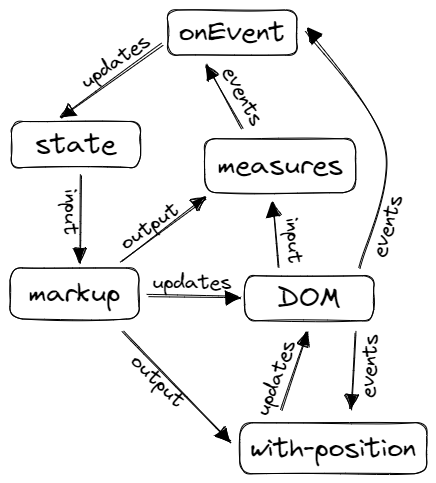
Before: diagram.excalidraw.png, a diagram exported from Excalidraw (rodinhart/abstractui). Source tidied: one line per element, renumbered; positions are measured from the earlier drawing's top-left corner, leaving out a move shared by most shapes.
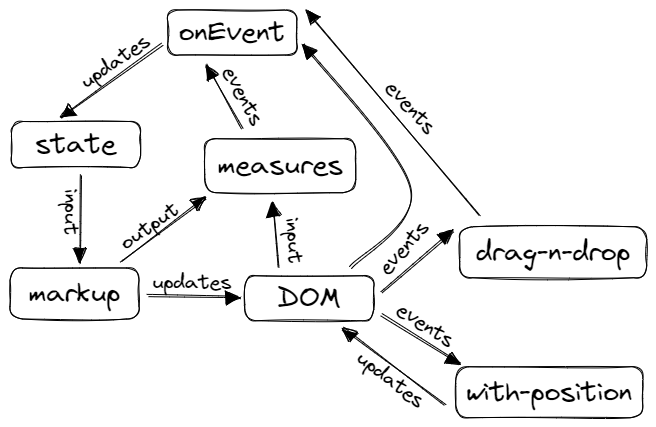
Above is the later version.

Diff of the diagram source:
```diff
@@ -9,24 +9,27 @@
 {"id": 8, "type": "rectangle", "strokeColor": "#000000", "strokeWidth": 1, "roughness": 1, "round": true, "x": 195, "y": 129, "width": 151, "height": 54}
 {"id": 9, "type": "text", "text": "measures", "strokeColor": "#000000", "strokeWidth": 1, "roughness": 1, "fontSize": 28, "fontFamily": 1, "textAlign": "center", "verticalAlign": "middle", "inside": 8, "x": 207, "y": 138, "width": 127, "height": 35}
 {"id": 10, "type": "arrow", "strokeColor": "#000000", "strokeWidth": 1, "roughness": 1, "endArrowhead": "triangle", "round": true, "from": 2, "to": 8, "x": 111, "y": 252, "width": 85, "height": 63, "points": [[0, 0], [85, -63]]}
-{"id": 11, "type": "rectangle", "strokeColor": "#000000", "strokeWidth": 1, "roughness": 1, "round": true, "x": 230, "y": 413, "width": 187, "height": 51}
+{"id": 11, "type": "rectangle", "strokeColor": "#000000", "strokeWidth": 1, "roughness": 1, "round": true, "x": 446, "y": 357, "width": 187, "height": 51}
-{"id": 12, "type": "text", "text": "with-position", "strokeColor": "#000000", "strokeWidth": 1, "roughness": 1, "fontSize": 28, "fontFamily": 1, "textAlign": "center", "verticalAlign": "middle", "inside": 11, "x": 239, "y": 421, "width": 168, "height": 35}
+{"id": 12, "type": "text", "text": "with-position", "strokeColor": "#000000", "strokeWidth": 1, "roughness": 1, "fontSize": 28, "fontFamily": 1, "textAlign": "center", "verticalAlign": "middle", "inside": 11, "x": 455, "y": 365, "width": 168, "height": 35}
-{"id": 13, "type": "arrow", "strokeColor": "#000000", "strokeWidth": 1, "roughness": 1, "endArrowhead": "triangle", "round": true, "from": 2, "to": 11, "x": 113, "y": 320, "width": 109, "height": 112, "points": [[0, 0], [109, 112]]}
 {"id": 14, "type": "arrow", "strokeColor": "#000000", "strokeWidth": 1, "roughness": 1, "endArrowhead": "triangle", "round": true, "from": 5, "to": 8, "x": 268, "y": 257, "width": 5, "height": 63, "points": [[0, 0], [-5, -63]]}
-{"id": 15, "type": "arrow", "strokeColor": "#000000", "strokeWidth": 1, "roughness": 1, "endArrowhead": "triangle", "round": true, "from": 5, "to": 11, "x": 345, "y": 322, "width": 4, "height": 78, "points": [[0, 0], [-4, 78]]}
-{"id": 16, "type": "arrow", "strokeColor": "#000000", "strokeWidth": 1, "roughness": 1, "endArrowhead": "triangle", "round": true, "from": 11, "to": 5, "x": 272, "y": 400, "width": 26, "height": 78, "points": [[0, 0], [26, -78]]}
 {"id": 17, "type": "rectangle", "strokeColor": "#000000", "strokeWidth": 1, "roughness": 1, "round": true, "x": 158, "y": 0, "width": 129, "height": 45}
 {"id": 18, "type": "text", "text": "onEvent", "strokeColor": "#000000", "strokeWidth": 1, "roughness": 1, "fontSize": 28, "fontFamily": 1, "textAlign": "center", "verticalAlign": "middle", "inside": 17, "x": 168, "y": 5, "width": 108, "height": 35}
 {"id": 19, "type": "arrow", "strokeColor": "#000000", "strokeWidth": 1, "roughness": 1, "endArrowhead": "triangle", "round": true, "from": 17, "to": 0, "x": 153, "y": 34, "width": 100, "height": 73, "points": [[0, 0], [-100, 73]]}
 {"id": 20, "type": "arrow", "strokeColor": "#000000", "strokeWidth": 1, "roughness": 1, "endArrowhead": "triangle", "round": true, "from": 8, "to": 17, "x": 233, "y": 118, "width": 37, "height": 65, "points": [[0, 0], [-37, -65]]}
-{"id": 21, "type": "arrow", "strokeColor": "#000000", "strokeWidth": 1, "roughness": 1, "endArrowhead": "triangle", "round": true, "from": 5, "to": 17, "x": 350, "y": 258, "width": 78, "height": 237, "points": [[0, 0], [24, -121], [-54, -237]]}
 {"id": 22, "type": "text", "text": "updates", "strokeColor": "#000000", "angle": 5.67, "strokeWidth": 1, "roughness": 1, "fontSize": 20, "fontFamily": 1, "x": 65, "y": 38, "width": 81, "height": 25}
 {"id": 23, "type": "text", "text": "input", "strokeColor": "#000000", "angle": 1.57, "strokeWidth": 1, "roughness": 1, "fontSize": 20, "fontFamily": 1, "x": 36, "y": 191, "width": 48, "height": 25}
-{"id": 24, "type": "text", "text": "output", "strokeColor": "#000000", "angle": 0.77, "strokeWidth": 1, "roughness": 1, "fontSize": 20, "fontFamily": 1, "x": 114, "y": 359, "width": 68, "height": 25}
 {"id": 25, "type": "text", "text": "updates", "strokeColor": "#000000", "strokeWidth": 1, "roughness": 1, "fontSize": 20, "fontFamily": 1, "x": 142, "y": 260, "width": 81, "height": 25}
 {"id": 26, "type": "text", "text": "output", "strokeColor": "#000000", "angle": 5.68, "strokeWidth": 1, "roughness": 1, "fontSize": 20, "fontFamily": 1, "x": 106, "y": 203, "width": 68, "height": 25}
-{"id": 27, "type": "text", "text": "updates", "strokeColor": "#000000", "angle": 5.07, "strokeWidth": 1, "roughness": 1, "fontSize": 20, "fontFamily": 1, "x": 225, "y": 354, "width": 81, "height": 25}
-{"id": 28, "type": "text", "text": "events", "strokeColor": "#000000", "angle": 4.77, "strokeWidth": 1, "roughness": 1, "fontSize": 20, "fontFamily": 1, "x": 326, "y": 342, "width": 66, "height": 25}
 {"id": 29, "type": "text", "text": "events", "strokeColor": "#000000", "angle": 1.07, "strokeWidth": 1, "roughness": 1, "fontSize": 20, "fontFamily": 1, "x": 200, "y": 74, "width": 66, "height": 25}
 {"id": 30, "type": "text", "text": "input", "strokeColor": "#000000", "angle": 1.49, "strokeWidth": 1, "roughness": 1, "fontSize": 20, "fontFamily": 1, "x": 259, "y": 219, "width": 48, "height": 25}
-{"id": 31, "type": "text", "text": "events", "strokeColor": "#000000", "angle": 5.0, "strokeWidth": 1, "roughness": 1, "fontSize": 20, "fontFamily": 1, "x": 344, "y": 202, "width": 66, "height": 25}
+{"id": 31, "type": "text", "text": "events", "strokeColor": "#000000", "angle": 5.44, "strokeWidth": 1, "roughness": 1, "fontSize": 20, "fontFamily": 1, "x": 361, "y": 224, "width": 66, "height": 25}
+{"id": 32, "type": "rectangle", "strokeColor": "#000000", "strokeWidth": 1, "roughness": 1, "round": true, "x": 450, "y": 217, "width": 187, "height": 51}
+{"id": 33, "type": "text", "text": "drag-n-drop", "strokeColor": "#000000", "strokeWidth": 1, "roughness": 1, "fontSize": 28, "fontFamily": 1, "textAlign": "center", "verticalAlign": "middle", "inside": 32, "x": 465, "y": 225, "width": 156, "height": 35}
+{"id": 34, "type": "arrow", "strokeColor": "#000000", "strokeWidth": 1, "roughness": 1, "endArrowhead": "triangle", "round": true, "from": 5, "to": 11, "x": 371, "y": 304, "width": 79, "height": 50, "points": [[0, 0], [79, 50]]}
+{"id": 35, "type": "text", "text": "events", "strokeColor": "#000000", "angle": 0.58, "strokeWidth": 1, "roughness": 1, "fontSize": 20, "fontFamily": 1, "x": 383, "y": 303, "width": 66, "height": 25}
+{"id": 36, "type": "arrow", "strokeColor": "#000000", "strokeWidth": 1, "roughness": 1, "endArrowhead": "triangle", "round": true, "from": 11, "to": 5, "x": 435, "y": 394, "width": 102, "height": 77, "points": [[0, 0], [-102, -77]]}
+{"id": 27, "type": "text", "text": "updates", "strokeColor": "#000000", "angle": 0.64, "strokeWidth": 1, "roughness": 1, "fontSize": 20, "fontFamily": 1, "x": 341, "y": 358, "width": 81, "height": 25}
+{"id": 37, "type": "arrow", "strokeColor": "#000000", "strokeWidth": 1, "roughness": 1, "endArrowhead": "triangle", "round": true, "from": 5, "to": 32, "x": 372, "y": 282, "width": 72, "height": 61, "points": [[0, 0], [72, -61]]}
+{"id": 38, "type": "arrow", "strokeColor": "#000000", "strokeWidth": 1, "roughness": 1, "endArrowhead": "triangle", "round": true, "from": 5, "to": 17, "x": 340, "y": 257, "width": 106, "height": 223, "points": [[0, 0], [60, -78], [-46, -223]]}
+{"id": 39, "type": "arrow", "strokeColor": "#000000", "strokeWidth": 1, "roughness": 1, "endArrowhead": "triangle", "round": true, "from": 32, "to": 17, "x": 470, "y": 205, "width": 174, "height": 204, "points": [[0, 0], [-174, -204]]}
+{"id": 40, "type": "text", "text": "events", "strokeColor": "#000000", "angle": 0.83, "strokeWidth": 1, "roughness": 1, "fontSize": 20, "fontFamily": 1, "x": 368, "y": 86, "width": 66, "height": 25}
```
